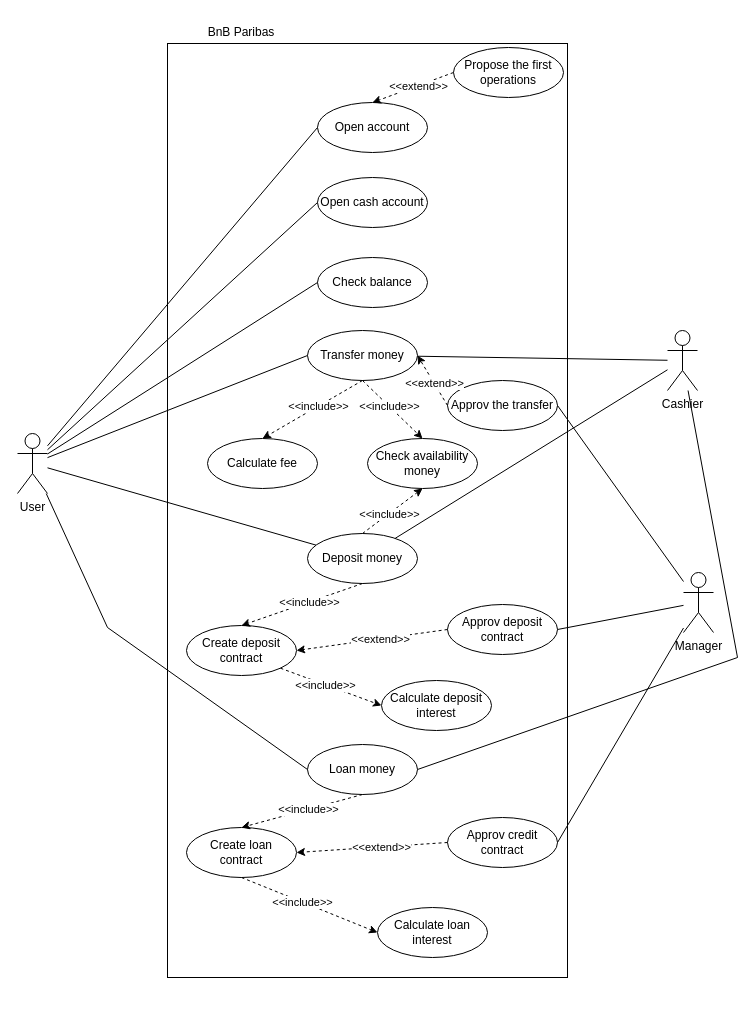
Earlier version of the draw.io diagram use_case_code.drawio (YuriiDnistrianskyi/software_documentation_design_patterns). Source tidied: cells renumbered, new cells numbered last; positions are measured from the earlier drawing's top-left corner, leaving out a move shared by most shapes. Both pictures are drawn from the tidied source at 100%, with x=0, y=0 at pixel (17, 17).
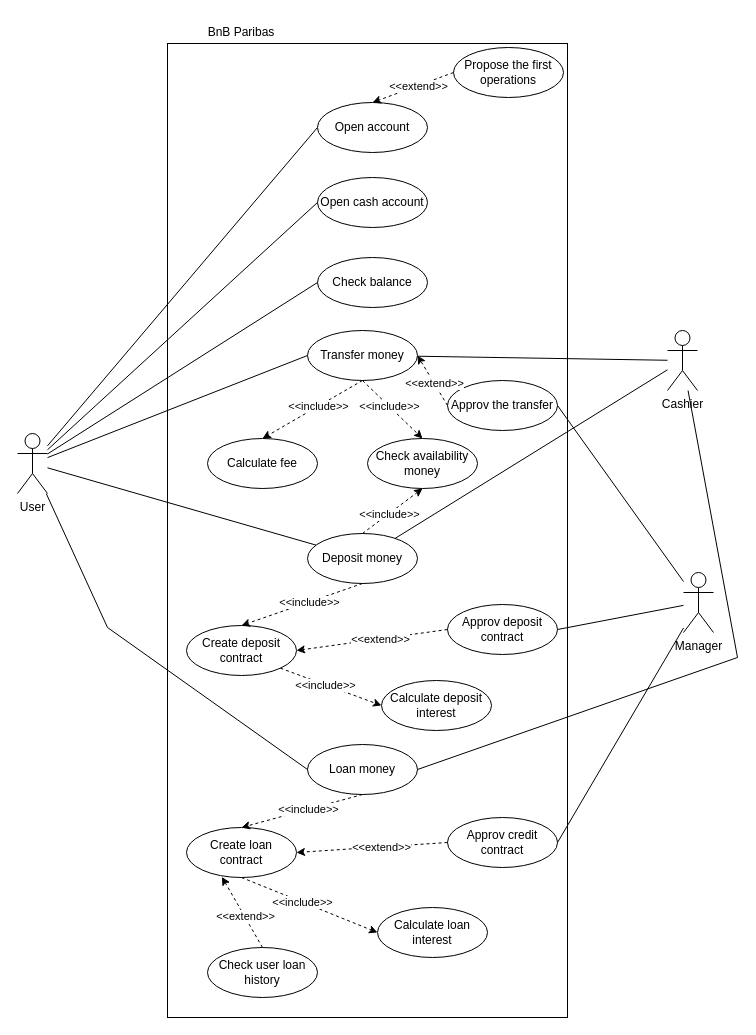
The same page after the edit.

Commit message (it also covers changes not shown here):
update use_case

Unchanged cells that the change refers to:
```xml
<mxCell id="47" value="Create loan contract" style="ellipse;whiteSpace=wrap;html=1;" parent="1" vertex="1">
  <mxGeometry x="169" y="810" width="110" height="50" as="geometry" />
</mxCell>
```

What changed in the source:
```diff
@@
     <mxCell id="3" style="rounded=0;whiteSpace=wrap;html=1;" parent="1" vertex="1">
-      <mxGeometry x="150" y="26" width="400" height="934" as="geometry" />
+      <mxGeometry x="150" y="26" width="400" height="974" as="geometry" />
     </mxCell>
@@
+    <mxCell id="57" value="Check user loan history" style="ellipse;whiteSpace=wrap;html=1;" parent="1" vertex="1">
+      <mxGeometry x="190" y="930" width="110" height="50" as="geometry" />
+    </mxCell>
+    <mxCell id="58" style="endArrow=classic;dashed=1;html=1;rounded=0;exitX=0.5;exitY=0;exitDx=0;exitDy=0;entryX=0.322;entryY=0.988;entryDx=0;entryDy=0;entryPerimeter=0;" parent="1" edge="1" source="57" target="47">
+      <mxGeometry relative="1" as="geometry" />
+    </mxCell>
+    <mxCell id="59" value="&amp;lt;&amp;lt;extend&amp;gt;&amp;gt;" style="edgeLabel;html=1;align=center;verticalAlign=middle;" parent="58" vertex="1">
+      <mxGeometry x="-0.11" relative="1" as="geometry" />
+    </mxCell>
```
